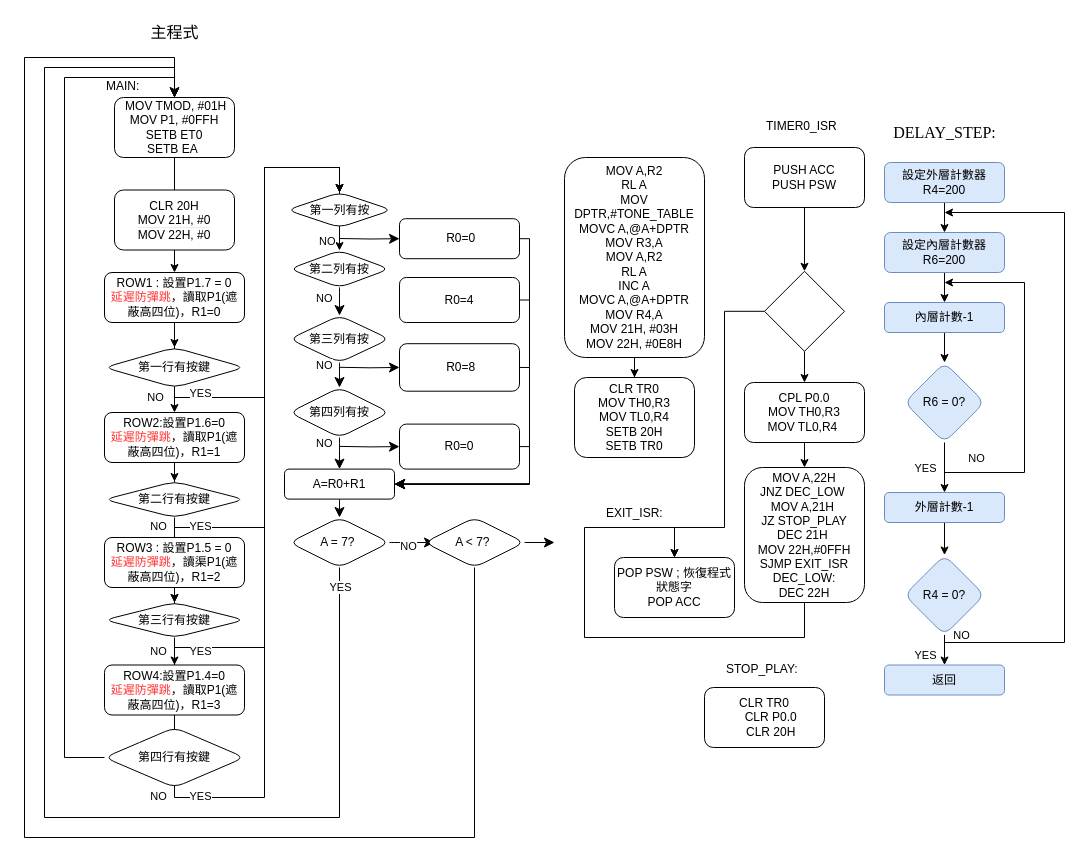
The draw.io diagram page "第 10 页" (10 of 10) of 未命名绘图.drawio in piting1104/se2, before the edit. Source tidied: cells renumbered, new cells numbered last; positions are measured from the earlier drawing's top-left corner, leaving out a move shared by most shapes. Both pictures are drawn from the tidied source at 100%, with x=0, y=0 at pixel (24, 17).
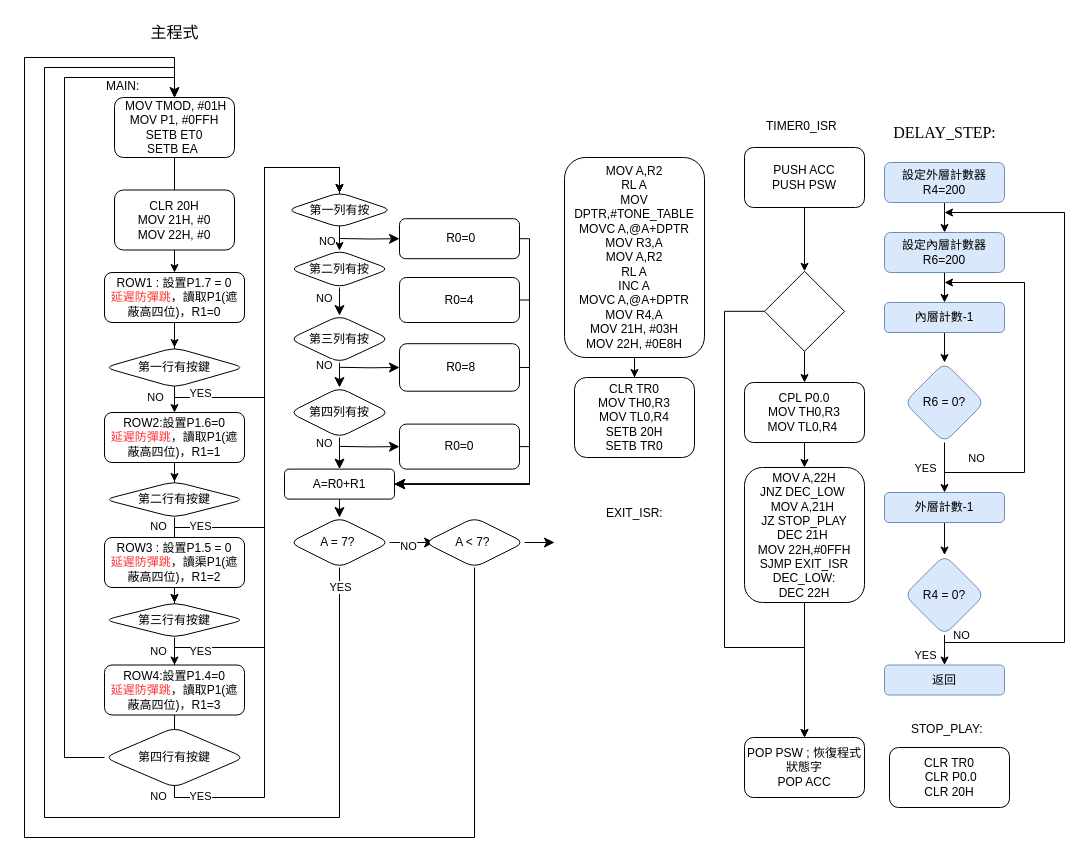
After the change.

Commit message:
更新未命名绘图.drawio

The change refers to these unchanged cells:
```xml
<mxCell id="90" style="rhombus;whiteSpace=wrap;html=1;" parent="1" vertex="1">
  <mxGeometry x="740" y="253.8" width="80" height="80" as="geometry" />
</mxCell>
<mxCell id="98" value="&lt;br&gt;&lt;span&gt;&lt;span&gt;MOV A,22H&lt;br&gt;&lt;/span&gt;&lt;/span&gt;&lt;span&gt;JNZ DEC_LOW&amp;nbsp;&lt;br&gt;&lt;/span&gt;&lt;span&gt;MOV A,21H&amp;nbsp;&lt;br&gt;&lt;/span&gt;&lt;span&gt;JZ STOP_PLAY&lt;br&gt;&lt;/span&gt;&lt;span&gt;DEC 21H&amp;nbsp;&lt;br&gt;&lt;/span&gt;&lt;span&gt;MOV 22H,#0FFH&lt;br&gt;&lt;/span&gt;&lt;span&gt;SJMP EXIT_ISR&lt;/span&gt;&lt;span&gt;&lt;br&gt;&lt;/span&gt;&lt;span&gt;DEC_LOW:&lt;br&gt;&lt;/span&gt;&lt;span&gt;DEC 22H&lt;/span&gt;&lt;div&gt;&lt;br/&gt;&lt;/div&gt;" style="whiteSpace=wrap;html=1;rounded=1;" parent="1" vertex="1">
  <mxGeometry x="720" y="450" width="120" height="135" as="geometry" />
</mxCell>
```

What changed in the source:
```diff
@@
     <mxCell id="95" value="&lt;span&gt;POP PSW             ; 恢復程式狀態字&lt;br&gt;&lt;/span&gt;&lt;span&gt;POP ACC&lt;/span&gt;" style="rounded=1;whiteSpace=wrap;html=1;" parent="1" vertex="1">
-      <mxGeometry x="590" y="540" width="120" height="60" as="geometry" />
+      <mxGeometry x="720" y="720" width="120" height="60" as="geometry" />
     </mxCell>
     <mxCell id="96" style="endArrow=classic;html=1;rounded=0;exitX=0;exitY=0.5;exitDx=0;exitDy=0;entryX=0.5;entryY=0;entryDx=0;entryDy=0;edgeStyle=orthogonalEdgeStyle;" parent="1" edge="1" source="90" target="95">
       <mxGeometry relative="1" as="geometry">
         <Array as="points">
           <mxPoint x="700" y="294" />
-          <mxPoint x="700" y="510" />
-          <mxPoint x="650" y="510" />
+          <mxPoint x="700" y="630" />
+          <mxPoint x="780" y="630" />
         </Array>
       </mxGeometry>
     </mxCell>
@@
     <mxCell id="99" style="endArrow=classic;html=1;rounded=0;exitX=0.5;exitY=1;exitDx=0;exitDy=0;entryX=0.5;entryY=0;entryDx=0;entryDy=0;edgeStyle=orthogonalEdgeStyle;" parent="1" edge="1" source="98" target="95">
       <mxGeometry relative="1" as="geometry">
         <Array as="points">
-          <mxPoint x="780" y="620" />
-          <mxPoint x="560" y="620" />
-          <mxPoint x="560" y="510" />
-          <mxPoint x="650" y="510" />
+          <mxPoint x="780" y="720" />
         </Array>
       </mxGeometry>
     </mxCell>
     <mxCell id="100" value="STOP_PLAY:" style="text;whiteSpace=wrap;html=1;" parent="1" vertex="1">
-      <mxGeometry x="700" y="637.5" width="70" height="22.5" as="geometry" />
+      <mxGeometry x="885" y="697.5" width="70" height="22.5" as="geometry" />
     </mxCell>
-    <mxCell id="101" value="CLR TR0&#10;    CLR P0.0&#10;    CLR 20H" style="rounded=1;whiteSpace=wrap;html=1;" parent="1" vertex="1">
-      <mxGeometry x="680" y="670" width="120" height="60" as="geometry" />
+    <mxCell id="101" value="CLR TR0&lt;br&gt;&amp;nbsp;CLR P0.0&lt;br&gt;CLR 20H" style="rounded=1;whiteSpace=wrap;html=1;" parent="1" vertex="1">
+      <mxGeometry x="865" y="730" width="120" height="60" as="geometry" />
     </mxCell>
```
